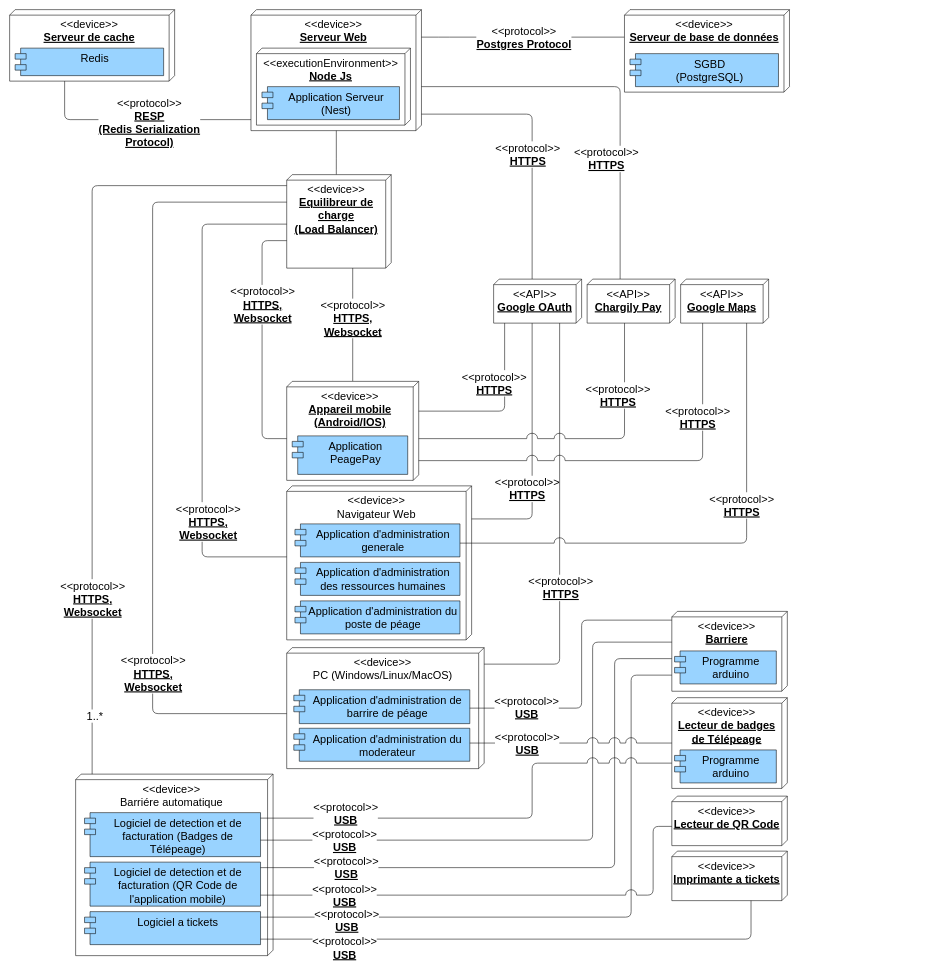
Before: diagrams/deployment.drawio in devlotfi/peage-pay, a draw.io diagram. Source tidied: cells renumbered, new cells numbered last; positions are measured from the earlier drawing's top-left corner, leaving out a move shared by most shapes. Both pictures are drawn from the tidied source at 55%, with x=0, y=0 at pixel (9, 9).
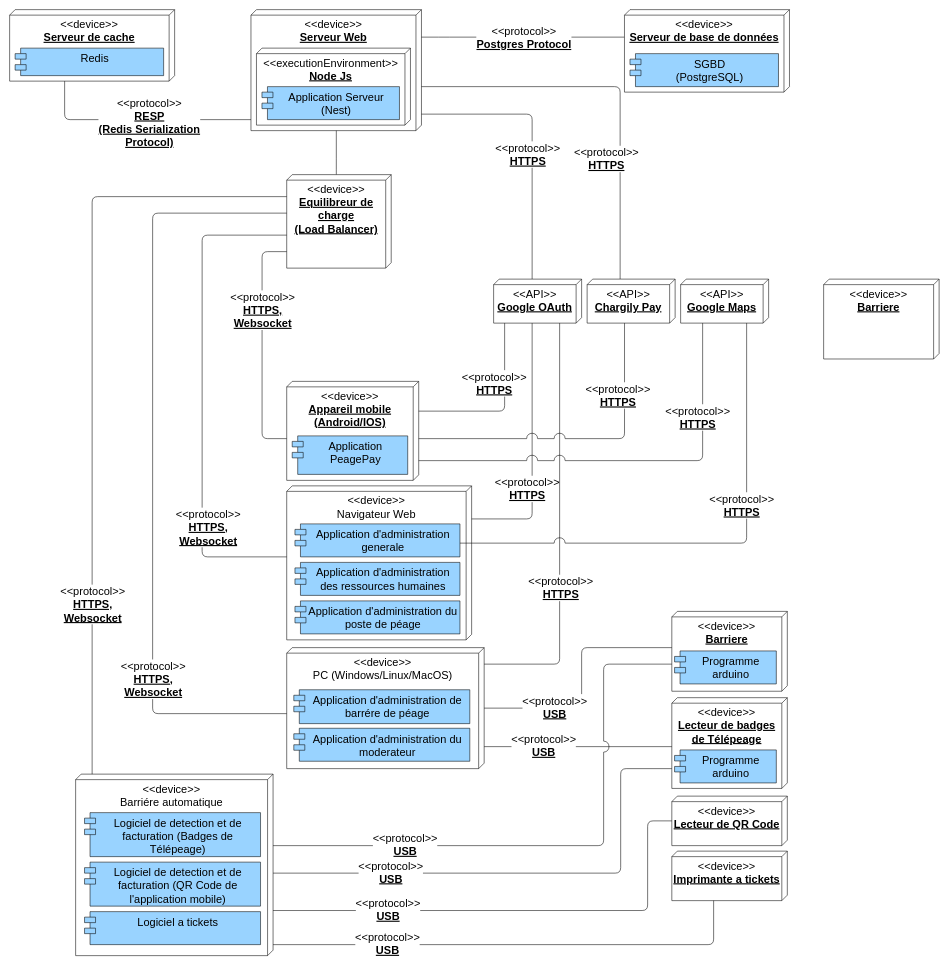
The same diagram, later.

Unchanged cells that the change refers to:
```xml
<mxCell id="8" value="&lt;div style=&quot;font-size: 20px;&quot;&gt;&amp;lt;&amp;lt;device&amp;gt;&amp;gt;&lt;/div&gt;&lt;u style=&quot;font-size: 20px;&quot;&gt;&lt;b style=&quot;font-size: 20px;&quot;&gt;Equilibreur de charge&lt;/b&gt;&lt;/u&gt;&lt;div style=&quot;font-size: 20px;&quot;&gt;&lt;u style=&quot;font-size: 20px;&quot;&gt;&lt;b style=&quot;font-size: 20px;&quot;&gt;(Load Balancer)&lt;/b&gt;&lt;/u&gt;&lt;/div&gt;" style="verticalAlign=top;align=center;spacingTop=8;spacingLeft=2;spacingRight=12;shape=cube;size=10;direction=south;fontStyle=0;html=1;whiteSpace=wrap;fontSize=20;" parent="1" vertex="1">
  <mxGeometry x="503.8" y="300" width="190" height="170" as="geometry" />
</mxCell>
<mxCell id="11" value="&lt;div style=&quot;font-size: 20px;&quot;&gt;&amp;lt;&amp;lt;device&amp;gt;&amp;gt;&lt;/div&gt;&lt;b style=&quot;font-size: 20px;&quot;&gt;&lt;u style=&quot;font-size: 20px;&quot;&gt;Appareil mobile (Android/IOS)&lt;/u&gt;&lt;/b&gt;" style="verticalAlign=top;align=center;spacingTop=8;spacingLeft=2;spacingRight=12;shape=cube;size=10;direction=south;fontStyle=0;html=1;whiteSpace=wrap;fontSize=20;" parent="1" vertex="1">
  <mxGeometry x="503.8" y="675.9" width="240" height="180" as="geometry" />
</mxCell>
<mxCell id="24" value="&lt;div style=&quot;font-size: 20px;&quot;&gt;&amp;lt;&amp;lt;device&amp;gt;&amp;gt;&lt;/div&gt;&lt;div style=&quot;font-size: 20px;&quot;&gt;Navigateur Web&lt;/div&gt;" style="verticalAlign=top;align=center;spacingTop=8;spacingLeft=2;spacingRight=12;shape=cube;size=10;direction=south;fontStyle=0;html=1;whiteSpace=wrap;fontSize=20;" parent="1" vertex="1">
  <mxGeometry x="503.8" y="865.9" width="336.2" height="280" as="geometry" />
</mxCell>
<mxCell id="28" value="&lt;div style=&quot;font-size: 20px;&quot;&gt;&amp;lt;&amp;lt;device&amp;gt;&amp;gt;&lt;/div&gt;&lt;div style=&quot;font-size: 20px;&quot;&gt;PC (Windows/Linux/MacOS)&lt;/div&gt;" style="verticalAlign=top;align=center;spacingTop=8;spacingLeft=2;spacingRight=12;shape=cube;size=10;direction=south;fontStyle=0;html=1;whiteSpace=wrap;fontSize=20;" parent="1" vertex="1">
  <mxGeometry x="503.8" y="1160" width="359" height="220" as="geometry" />
</mxCell>
<mxCell id="29" value="Application d'administration du moderateur" style="shape=module;align=center;spacingLeft=20;align=center;verticalAlign=top;whiteSpace=wrap;html=1;strokeColor=default;fontFamily=Helvetica;fontSize=20;fontColor=default;fillColor=#99D3FF;" parent="1" vertex="1">
  <mxGeometry x="516.7" y="1306.6" width="320" height="60" as="geometry" />
</mxCell>
<mxCell id="35" value="&lt;div style=&quot;font-size: 20px;&quot;&gt;&amp;lt;&amp;lt;device&amp;gt;&amp;gt;&lt;/div&gt;&lt;b style=&quot;font-size: 20px;&quot;&gt;&lt;u style=&quot;font-size: 20px;&quot;&gt;Lecteur de badges de Télépeage&lt;/u&gt;&lt;/b&gt;" style="verticalAlign=top;align=center;spacingTop=8;spacingLeft=2;spacingRight=12;shape=cube;size=10;direction=south;fontStyle=0;html=1;whiteSpace=wrap;fontSize=20;" parent="1" vertex="1">
  <mxGeometry x="1204" y="1251" width="210" height="165" as="geometry" />
</mxCell>
<mxCell id="36" value="&lt;div style=&quot;font-size: 20px;&quot;&gt;&amp;lt;&amp;lt;device&amp;gt;&amp;gt;&lt;/div&gt;&lt;b style=&quot;font-size: 20px;&quot;&gt;&lt;u style=&quot;font-size: 20px;&quot;&gt;Barriere&lt;/u&gt;&lt;/b&gt;" style="verticalAlign=top;align=center;spacingTop=8;spacingLeft=2;spacingRight=12;shape=cube;size=10;direction=south;fontStyle=0;html=1;whiteSpace=wrap;fontSize=20;" parent="1" vertex="1">
  <mxGeometry x="1204" y="1094.1" width="210" height="145.2" as="geometry" />
</mxCell>
<mxCell id="37" value="&lt;div style=&quot;font-size: 20px;&quot;&gt;&amp;lt;&amp;lt;device&amp;gt;&amp;gt;&lt;/div&gt;&lt;b style=&quot;font-size: 20px;&quot;&gt;&lt;u style=&quot;font-size: 20px;&quot;&gt;Lecteur de QR Code&lt;/u&gt;&lt;/b&gt;" style="verticalAlign=top;align=center;spacingTop=8;spacingLeft=2;spacingRight=12;shape=cube;size=10;direction=south;fontStyle=0;html=1;whiteSpace=wrap;fontSize=20;" parent="1" vertex="1">
  <mxGeometry x="1204" y="1430" width="210" height="90" as="geometry" />
</mxCell>
<mxCell id="39" value="&lt;div style=&quot;font-size: 20px;&quot;&gt;&amp;lt;&amp;lt;device&amp;gt;&amp;gt;&lt;/div&gt;&lt;b style=&quot;font-size: 20px;&quot;&gt;&lt;u style=&quot;font-size: 20px;&quot;&gt;Imprimante a tickets&lt;/u&gt;&lt;/b&gt;" style="verticalAlign=top;align=center;spacingTop=8;spacingLeft=2;spacingRight=12;shape=cube;size=10;direction=south;fontStyle=0;html=1;whiteSpace=wrap;fontSize=20;" parent="1" vertex="1">
  <mxGeometry x="1204" y="1530" width="210" height="90" as="geometry" />
</mxCell>
<mxCell id="51" value="&lt;div style=&quot;font-size: 20px;&quot;&gt;&amp;lt;&amp;lt;device&amp;gt;&amp;gt;&lt;/div&gt;&lt;div style=&quot;font-size: 20px;&quot;&gt;Barriére automatique&lt;/div&gt;" style="verticalAlign=top;align=center;spacingTop=8;spacingLeft=2;spacingRight=12;shape=cube;size=10;direction=south;fontStyle=0;html=1;whiteSpace=wrap;fontSize=20;" parent="1" vertex="1">
  <mxGeometry x="120" y="1390" width="359" height="330" as="geometry" />
</mxCell>
<mxCell id="52" value="Logiciel de detection et de facturation (Badges de Télépeage)" style="shape=module;align=center;spacingLeft=20;align=center;verticalAlign=top;whiteSpace=wrap;html=1;strokeColor=default;fontFamily=Helvetica;fontSize=20;fontColor=default;fillColor=#99D3FF;" parent="1" vertex="1">
  <mxGeometry x="136.2" y="1460" width="320" height="80" as="geometry" />
</mxCell>
<mxCell id="53" value="Logiciel de detection et de facturation (QR Code de l'application mobile)" style="shape=module;align=center;spacingLeft=20;align=center;verticalAlign=top;whiteSpace=wrap;html=1;strokeColor=default;fontFamily=Helvetica;fontSize=20;fontColor=default;fillColor=#99D3FF;" parent="1" vertex="1">
  <mxGeometry x="136.2" y="1550" width="320" height="80" as="geometry" />
</mxCell>
<mxCell id="54" value="Logiciel a tickets" style="shape=module;align=center;spacingLeft=20;align=center;verticalAlign=top;whiteSpace=wrap;html=1;strokeColor=default;fontFamily=Helvetica;fontSize=20;fontColor=default;fillColor=#99D3FF;" parent="1" vertex="1">
  <mxGeometry x="136.2" y="1640" width="320" height="60" as="geometry" />
</mxCell>
```

Change to the diagram source:
```diff
@@
-    <mxCell id="9" style="edgeStyle=orthogonalEdgeStyle;rounded=1;jettySize=auto;html=1;strokeColor=default;align=center;verticalAlign=middle;fontFamily=Helvetica;fontSize=20;fontColor=default;labelBackgroundColor=default;endArrow=none;endFill=0;" parent="1" edge="1" source="11" target="8">
-      <mxGeometry relative="1" as="geometry">
-        <Array as="points">
-          <mxPoint x="624" y="520" />
-          <mxPoint x="624" y="520" />
-        </Array>
-      </mxGeometry>
-    </mxCell>
-    <mxCell id="10" value="&amp;lt;&amp;lt;protocol&amp;gt;&amp;gt;&lt;div style=&quot;font-size: 20px;&quot;&gt;&lt;u style=&quot;font-size: 20px;&quot;&gt;&lt;b style=&quot;font-size: 20px;&quot;&gt;HTTPS,&lt;/b&gt;&lt;/u&gt;&lt;/div&gt;&lt;div style=&quot;font-size: 20px;&quot;&gt;&lt;u style=&quot;font-size: 20px;&quot;&gt;&lt;b style=&quot;font-size: 20px;&quot;&gt;Websocket&lt;/b&gt;&lt;/u&gt;&lt;/div&gt;" style="edgeLabel;html=1;align=center;verticalAlign=middle;fontFamily=Helvetica;fontSize=20;fontColor=default;labelBackgroundColor=default;rounded=1;strokeColor=default;" parent="9" vertex="1">
-      <mxGeometry x="0.03" y="3" relative="1" as="geometry">
-        <mxPoint x="3" y="-9" as="offset" />
-      </mxGeometry>
-    </mxCell>
@@
     <mxCell id="22" style="edgeStyle=orthogonalEdgeStyle;rounded=1;jettySize=auto;html=1;strokeColor=default;align=center;verticalAlign=middle;fontFamily=Helvetica;fontSize=20;fontColor=default;labelBackgroundColor=default;endArrow=none;endFill=0;" parent="1" edge="1" source="11" target="8">
       <mxGeometry relative="1" as="geometry">
         <Array as="points">
           <mxPoint x="459" y="780" />
-          <mxPoint x="459" y="420" />
+          <mxPoint x="459" y="440" />
         </Array>
       </mxGeometry>
     </mxCell>
@@
-    <mxCell id="30" value="Application d'administration de barrire de péage" style="shape=module;align=center;spacingLeft=20;align=center;verticalAlign=top;whiteSpace=wrap;html=1;strokeColor=default;fontFamily=Helvetica;fontSize=20;fontColor=default;fillColor=#99D3FF;" parent="1" vertex="1">
+    <mxCell id="30" value="Application d'administration de barrére de péage" style="shape=module;align=center;spacingLeft=20;align=center;verticalAlign=top;whiteSpace=wrap;html=1;strokeColor=default;fontFamily=Helvetica;fontSize=20;fontColor=default;fillColor=#99D3FF;" parent="1" vertex="1">
       <mxGeometry x="516.7" y="1236.6" width="320" height="61.6" as="geometry" />
     </mxCell>
@@
     <mxCell id="41" style="edgeStyle=orthogonalEdgeStyle;rounded=1;jettySize=auto;html=1;strokeColor=default;align=center;verticalAlign=middle;fontFamily=Helvetica;fontSize=20;fontColor=default;labelBackgroundColor=default;endArrow=none;endFill=0;" parent="1" edge="1" source="24" target="8">
       <mxGeometry relative="1" as="geometry">
         <Array as="points">
           <mxPoint x="350" y="995" />
-          <mxPoint x="350" y="390" />
+          <mxPoint x="350" y="410" />
         </Array>
       </mxGeometry>
     </mxCell>
@@
     <mxCell id="43" style="edgeStyle=orthogonalEdgeStyle;rounded=1;jettySize=auto;html=1;strokeColor=default;align=center;verticalAlign=middle;fontFamily=Helvetica;fontSize=20;fontColor=default;labelBackgroundColor=default;endArrow=none;endFill=0;" parent="1" edge="1" source="28" target="8">
       <mxGeometry relative="1" as="geometry">
         <Array as="points">
           <mxPoint x="260" y="1280" />
-          <mxPoint x="260" y="350" />
+          <mxPoint x="260" y="370" />
         </Array>
       </mxGeometry>
     </mxCell>
@@
     <mxCell id="55" style="edgeStyle=orthogonalEdgeStyle;rounded=1;jettySize=auto;html=1;strokeColor=default;align=center;verticalAlign=middle;fontFamily=Helvetica;fontSize=20;fontColor=default;labelBackgroundColor=default;endArrow=none;endFill=0;" parent="1" edge="1" source="51" target="8">
       <mxGeometry relative="1" as="geometry">
         <Array as="points">
-          <mxPoint x="150" y="1560" />
-          <mxPoint x="150" y="320" />
+          <mxPoint x="150" y="340" />
         </Array>
       </mxGeometry>
     </mxCell>
-    <mxCell id="56" value="1..*" style="edgeLabel;html=1;align=center;verticalAlign=middle;fontFamily=Helvetica;fontSize=20;fontColor=default;labelBackgroundColor=default;rounded=1;strokeColor=default;" parent="55" vertex="1">
-      <mxGeometry x="-0.85" y="-4" relative="1" as="geometry" />
-    </mxCell>
@@
-    <mxCell id="64" style="edgeStyle=orthogonalEdgeStyle;rounded=1;jettySize=auto;html=1;strokeColor=default;align=center;verticalAlign=middle;fontFamily=Helvetica;fontSize=20;fontColor=default;labelBackgroundColor=default;endArrow=none;endFill=0;jumpStyle=arc;jumpSize=20;" parent="1" edge="1" source="36" target="30">
+    <mxCell id="64" style="edgeStyle=orthogonalEdgeStyle;rounded=1;jettySize=auto;html=1;strokeColor=default;align=center;verticalAlign=middle;fontFamily=Helvetica;fontSize=20;fontColor=default;labelBackgroundColor=default;endArrow=none;endFill=0;jumpStyle=arc;jumpSize=20;" parent="1" edge="1" source="36" target="28">
       <mxGeometry relative="1" as="geometry">
         <Array as="points">
-          <mxPoint x="1040" y="1110" />
+          <mxPoint x="1040" y="1160" />
           <mxPoint x="1040" y="1270" />
         </Array>
       </mxGeometry>
     </mxCell>
     <mxCell id="65" value="&lt;span style=&quot;font-size: 20px;&quot;&gt;&amp;lt;&amp;lt;protocol&amp;gt;&amp;gt;&lt;/span&gt;&lt;div style=&quot;font-size: 20px;&quot;&gt;&lt;b&gt;&lt;u&gt;USB&lt;/u&gt;&lt;/b&gt;&lt;/div&gt;" style="edgeLabel;html=1;align=center;verticalAlign=middle;" parent="64" vertex="1">
       <mxGeometry x="0.63" y="-1" relative="1" as="geometry">
-        <mxPoint x="5" y="-2" as="offset" />
+        <mxPoint x="44" y="-2" as="offset" />
       </mxGeometry>
     </mxCell>
-    <mxCell id="66" style="edgeStyle=orthogonalEdgeStyle;rounded=1;jettySize=auto;html=1;strokeColor=default;align=center;verticalAlign=middle;fontFamily=Helvetica;fontSize=20;fontColor=default;labelBackgroundColor=default;endArrow=none;endFill=0;jumpStyle=arc;jumpSize=20;" parent="1" edge="1" source="36" target="54">
-      <mxGeometry relative="1" as="geometry">
-        <Array as="points">
-          <mxPoint x="1130" y="1210" />
-          <mxPoint x="1130" y="1650" />
-        </Array>
-      </mxGeometry>
-    </mxCell>
-    <mxCell id="67" value="&lt;span style=&quot;font-size: 20px;&quot;&gt;&amp;lt;&amp;lt;protocol&amp;gt;&amp;gt;&lt;/span&gt;&lt;div style=&quot;font-size: 20px;&quot;&gt;&lt;b&gt;&lt;u&gt;USB&lt;/u&gt;&lt;/b&gt;&lt;/div&gt;" style="edgeLabel;html=1;align=center;verticalAlign=middle;" parent="66" vertex="1">
-      <mxGeometry x="0.82" y="1" relative="1" as="geometry">
-        <mxPoint x="49" y="4" as="offset" />
-      </mxGeometry>
-    </mxCell>
-    <mxCell id="68" style="edgeStyle=orthogonalEdgeStyle;rounded=1;jettySize=auto;html=1;strokeColor=default;align=center;verticalAlign=middle;fontFamily=Helvetica;fontSize=20;fontColor=default;labelBackgroundColor=default;endArrow=none;endFill=0;jumpStyle=arc;jumpSize=20;" parent="1" edge="1" source="36" target="53">
-      <mxGeometry relative="1" as="geometry">
-        <Array as="points">
-          <mxPoint x="1100" y="1180" />
-          <mxPoint x="1100" y="1560" />
-        </Array>
-      </mxGeometry>
-    </mxCell>
-    <mxCell id="69" value="&lt;span style=&quot;font-size: 20px;&quot;&gt;&amp;lt;&amp;lt;protocol&amp;gt;&amp;gt;&lt;/span&gt;&lt;div style=&quot;font-size: 20px;&quot;&gt;&lt;b&gt;&lt;u&gt;USB&lt;/u&gt;&lt;/b&gt;&lt;/div&gt;" style="edgeLabel;html=1;align=center;verticalAlign=middle;" parent="68" vertex="1">
-      <mxGeometry x="0.81" y="4" relative="1" as="geometry">
-        <mxPoint x="48" y="-5" as="offset" />
-      </mxGeometry>
-    </mxCell>
-    <mxCell id="70" style="edgeStyle=orthogonalEdgeStyle;rounded=1;jettySize=auto;html=1;strokeColor=default;align=center;verticalAlign=middle;fontFamily=Helvetica;fontSize=20;fontColor=default;labelBackgroundColor=default;endArrow=none;endFill=0;jumpStyle=arc;jumpSize=20;" parent="1" edge="1" source="36" target="52">
-      <mxGeometry relative="1" as="geometry">
-        <Array as="points">
-          <mxPoint x="1060" y="1150" />
-          <mxPoint x="1060" y="1510" />
-        </Array>
-      </mxGeometry>
-    </mxCell>
-    <mxCell id="71" value="&lt;span style=&quot;font-size: 20px;&quot;&gt;&amp;lt;&amp;lt;protocol&amp;gt;&amp;gt;&lt;/span&gt;&lt;div style=&quot;font-size: 20px;&quot;&gt;&lt;b&gt;&lt;u&gt;USB&lt;/u&gt;&lt;/b&gt;&lt;/div&gt;" style="edgeLabel;html=1;align=center;verticalAlign=middle;" parent="70" vertex="1">
-      <mxGeometry x="0.59" y="1" relative="1" as="geometry">
-        <mxPoint x="-75" y="-1" as="offset" />
-      </mxGeometry>
-    </mxCell>
-    <mxCell id="72" style="edgeStyle=orthogonalEdgeStyle;rounded=1;jettySize=auto;html=1;strokeColor=default;align=center;verticalAlign=middle;fontFamily=Helvetica;fontSize=20;fontColor=default;labelBackgroundColor=default;endArrow=none;endFill=0;jumpStyle=arc;jumpSize=20;" parent="1" edge="1" source="35" target="52">
-      <mxGeometry relative="1" as="geometry">
-        <Array as="points">
-          <mxPoint x="950" y="1370" />
-          <mxPoint x="950" y="1470" />
-        </Array>
-      </mxGeometry>
-    </mxCell>
-    <mxCell id="73" value="&lt;span style=&quot;font-size: 20px;&quot;&gt;&amp;lt;&amp;lt;protocol&amp;gt;&amp;gt;&lt;/span&gt;&lt;div style=&quot;font-size: 20px;&quot;&gt;&lt;b&gt;&lt;u&gt;USB&lt;/u&gt;&lt;/b&gt;&lt;/div&gt;" style="edgeLabel;html=1;align=center;verticalAlign=middle;" parent="72" vertex="1">
-      <mxGeometry x="0.6" y="-1" relative="1" as="geometry">
-        <mxPoint x="-16" y="-9" as="offset" />
-      </mxGeometry>
-    </mxCell>
-    <mxCell id="74" style="edgeStyle=orthogonalEdgeStyle;rounded=1;jettySize=auto;html=1;strokeColor=default;align=center;verticalAlign=middle;fontFamily=Helvetica;fontSize=20;fontColor=default;labelBackgroundColor=default;endArrow=none;endFill=0;jumpStyle=arc;jumpSize=20;" parent="1" edge="1" source="37" target="53">
-      <mxGeometry relative="1" as="geometry">
-        <Array as="points">
-          <mxPoint x="1170" y="1485" />
-          <mxPoint x="1170" y="1610" />
-        </Array>
-      </mxGeometry>
-    </mxCell>
-    <mxCell id="75" value="&lt;span style=&quot;font-size: 20px;&quot;&gt;&amp;lt;&amp;lt;protocol&amp;gt;&amp;gt;&lt;/span&gt;&lt;div style=&quot;font-size: 20px;&quot;&gt;&lt;b&gt;&lt;u&gt;USB&lt;/u&gt;&lt;/b&gt;&lt;/div&gt;" style="edgeLabel;html=1;align=center;verticalAlign=middle;" parent="74" vertex="1">
-      <mxGeometry x="0.4" y="2" relative="1" as="geometry">
-        <mxPoint x="-110" y="-3" as="offset" />
-      </mxGeometry>
-    </mxCell>
-    <mxCell id="76" style="edgeStyle=orthogonalEdgeStyle;rounded=1;jettySize=auto;html=1;strokeColor=default;align=center;verticalAlign=middle;fontFamily=Helvetica;fontSize=20;fontColor=default;labelBackgroundColor=default;endArrow=none;endFill=0;jumpStyle=arc;jumpSize=20;" parent="1" edge="1" source="39" target="54">
-      <mxGeometry relative="1" as="geometry">
-        <Array as="points">
-          <mxPoint x="1348" y="1690" />
-        </Array>
-      </mxGeometry>
-    </mxCell>
-    <mxCell id="77" value="&lt;span style=&quot;font-size: 20px;&quot;&gt;&amp;lt;&amp;lt;protocol&amp;gt;&amp;gt;&lt;/span&gt;&lt;div style=&quot;font-size: 20px;&quot;&gt;&lt;b&gt;&lt;u&gt;USB&lt;/u&gt;&lt;/b&gt;&lt;/div&gt;" style="edgeLabel;html=1;align=center;verticalAlign=middle;" parent="76" vertex="1">
-      <mxGeometry x="0.55" relative="1" as="geometry">
-        <mxPoint x="-65" y="15" as="offset" />
-      </mxGeometry>
-    </mxCell>
-    <mxCell id="78" style="edgeStyle=orthogonalEdgeStyle;rounded=1;jettySize=auto;html=1;strokeColor=default;align=center;verticalAlign=middle;fontFamily=Helvetica;fontSize=20;fontColor=default;labelBackgroundColor=default;endArrow=none;endFill=0;jumpStyle=arc;jumpSize=20;" parent="1" edge="1" source="35" target="29">
-      <mxGeometry relative="1" as="geometry">
-        <Array as="points">
-          <mxPoint x="1040" y="1334" />
-          <mxPoint x="1040" y="1334" />
-        </Array>
-      </mxGeometry>
-    </mxCell>
-    <mxCell id="79" value="&lt;span style=&quot;font-size: 20px;&quot;&gt;&amp;lt;&amp;lt;protocol&amp;gt;&amp;gt;&lt;/span&gt;&lt;div style=&quot;font-size: 20px;&quot;&gt;&lt;b&gt;&lt;u&gt;USB&lt;/u&gt;&lt;/b&gt;&lt;/div&gt;" style="edgeLabel;html=1;align=center;verticalAlign=middle;" parent="78" vertex="1">
-      <mxGeometry x="0.51" y="1" relative="1" as="geometry">
-        <mxPoint x="13" y="-1" as="offset" />
-      </mxGeometry>
-    </mxCell>
+    <mxCell id="80" style="edgeStyle=orthogonalEdgeStyle;rounded=1;jettySize=auto;html=1;strokeColor=default;align=center;verticalAlign=middle;fontFamily=Helvetica;fontSize=20;fontColor=default;labelBackgroundColor=default;endArrow=none;endFill=0;jumpStyle=arc;jumpSize=20;" parent="1" edge="1" source="35" target="28">
+      <mxGeometry relative="1" as="geometry">
+        <Array as="points">
+          <mxPoint x="1170" y="1340" />
+          <mxPoint x="1170" y="1340" />
+        </Array>
+      </mxGeometry>
+    </mxCell>
+    <mxCell id="81" value="&lt;span style=&quot;font-size: 20px;&quot;&gt;&amp;lt;&amp;lt;protocol&amp;gt;&amp;gt;&lt;/span&gt;&lt;div style=&quot;font-size: 20px;&quot;&gt;&lt;b&gt;&lt;u&gt;USB&lt;/u&gt;&lt;/b&gt;&lt;/div&gt;" style="edgeLabel;html=1;align=center;verticalAlign=middle;" parent="80" vertex="1">
+      <mxGeometry x="0.63" y="-1" relative="1" as="geometry">
+        <mxPoint x="44" y="-2" as="offset" />
+      </mxGeometry>
+    </mxCell>
+    <mxCell id="82" style="edgeStyle=orthogonalEdgeStyle;rounded=1;jettySize=auto;html=1;strokeColor=default;align=center;verticalAlign=middle;fontFamily=Helvetica;fontSize=20;fontColor=default;labelBackgroundColor=default;endArrow=none;endFill=0;jumpStyle=arc;jumpSize=20;" parent="1" edge="1" source="36" target="51">
+      <mxGeometry relative="1" as="geometry">
+        <Array as="points">
+          <mxPoint x="1080" y="1190" />
+          <mxPoint x="1080" y="1520" />
+        </Array>
+      </mxGeometry>
+    </mxCell>
+    <mxCell id="83" value="&lt;span style=&quot;font-size: 20px;&quot;&gt;&amp;lt;&amp;lt;protocol&amp;gt;&amp;gt;&lt;/span&gt;&lt;div style=&quot;font-size: 20px;&quot;&gt;&lt;b&gt;&lt;u&gt;USB&lt;/u&gt;&lt;/b&gt;&lt;/div&gt;" style="edgeLabel;html=1;align=center;verticalAlign=middle;" parent="82" vertex="1">
+      <mxGeometry x="0.63" y="-1" relative="1" as="geometry">
+        <mxPoint x="44" y="-2" as="offset" />
+      </mxGeometry>
+    </mxCell>
+    <mxCell id="84" style="edgeStyle=orthogonalEdgeStyle;rounded=1;jettySize=auto;html=1;strokeColor=default;align=center;verticalAlign=middle;fontFamily=Helvetica;fontSize=20;fontColor=default;labelBackgroundColor=default;endArrow=none;endFill=0;jumpStyle=arc;jumpSize=20;" parent="1" edge="1" source="35" target="51">
+      <mxGeometry relative="1" as="geometry">
+        <Array as="points">
+          <mxPoint x="1111" y="1380" />
+          <mxPoint x="1111" y="1570" />
+        </Array>
+      </mxGeometry>
+    </mxCell>
+    <mxCell id="85" value="&lt;span style=&quot;font-size: 20px;&quot;&gt;&amp;lt;&amp;lt;protocol&amp;gt;&amp;gt;&lt;/span&gt;&lt;div style=&quot;font-size: 20px;&quot;&gt;&lt;b&gt;&lt;u&gt;USB&lt;/u&gt;&lt;/b&gt;&lt;/div&gt;" style="edgeLabel;html=1;align=center;verticalAlign=middle;" parent="84" vertex="1">
+      <mxGeometry x="0.63" y="-1" relative="1" as="geometry">
+        <mxPoint x="44" y="-2" as="offset" />
+      </mxGeometry>
+    </mxCell>
+    <mxCell id="86" style="edgeStyle=orthogonalEdgeStyle;rounded=1;jettySize=auto;html=1;strokeColor=default;align=center;verticalAlign=middle;fontFamily=Helvetica;fontSize=20;fontColor=default;labelBackgroundColor=default;endArrow=none;endFill=0;jumpStyle=arc;jumpSize=20;" parent="1" edge="1" source="37" target="51">
+      <mxGeometry relative="1" as="geometry">
+        <Array as="points">
+          <mxPoint x="1160" y="1475" />
+          <mxPoint x="1160" y="1638" />
+        </Array>
+      </mxGeometry>
+    </mxCell>
+    <mxCell id="87" value="&lt;span style=&quot;font-size: 20px;&quot;&gt;&amp;lt;&amp;lt;protocol&amp;gt;&amp;gt;&lt;/span&gt;&lt;div style=&quot;font-size: 20px;&quot;&gt;&lt;b&gt;&lt;u&gt;USB&lt;/u&gt;&lt;/b&gt;&lt;/div&gt;" style="edgeLabel;html=1;align=center;verticalAlign=middle;" parent="86" vertex="1">
+      <mxGeometry x="0.63" y="-1" relative="1" as="geometry">
+        <mxPoint x="44" y="-2" as="offset" />
+      </mxGeometry>
+    </mxCell>
+    <mxCell id="88" style="edgeStyle=orthogonalEdgeStyle;rounded=1;jettySize=auto;html=1;strokeColor=default;align=center;verticalAlign=middle;fontFamily=Helvetica;fontSize=20;fontColor=default;labelBackgroundColor=default;endArrow=none;endFill=0;jumpStyle=arc;jumpSize=20;" parent="1" edge="1" source="39" target="51">
+      <mxGeometry relative="1" as="geometry">
+        <Array as="points">
+          <mxPoint x="1280" y="1700" />
+        </Array>
+      </mxGeometry>
+    </mxCell>
+    <mxCell id="89" value="&lt;span style=&quot;font-size: 20px;&quot;&gt;&amp;lt;&amp;lt;protocol&amp;gt;&amp;gt;&lt;/span&gt;&lt;div style=&quot;font-size: 20px;&quot;&gt;&lt;b&gt;&lt;u&gt;USB&lt;/u&gt;&lt;/b&gt;&lt;/div&gt;" style="edgeLabel;html=1;align=center;verticalAlign=middle;" parent="88" vertex="1">
+      <mxGeometry x="0.63" y="-1" relative="1" as="geometry">
+        <mxPoint x="44" y="-2" as="offset" />
+      </mxGeometry>
+    </mxCell>
+    <mxCell id="90" value="&lt;div style=&quot;font-size: 20px;&quot;&gt;&amp;lt;&amp;lt;device&amp;gt;&amp;gt;&lt;/div&gt;&lt;b style=&quot;font-size: 20px;&quot;&gt;&lt;u style=&quot;font-size: 20px;&quot;&gt;Barriere&lt;/u&gt;&lt;/b&gt;" style="verticalAlign=top;align=center;spacingTop=8;spacingLeft=2;spacingRight=12;shape=cube;size=10;direction=south;fontStyle=0;html=1;whiteSpace=wrap;fontSize=20;" parent="1" vertex="1">
+      <mxGeometry x="1480" y="490" width="210" height="145.2" as="geometry" />
+    </mxCell>
```
